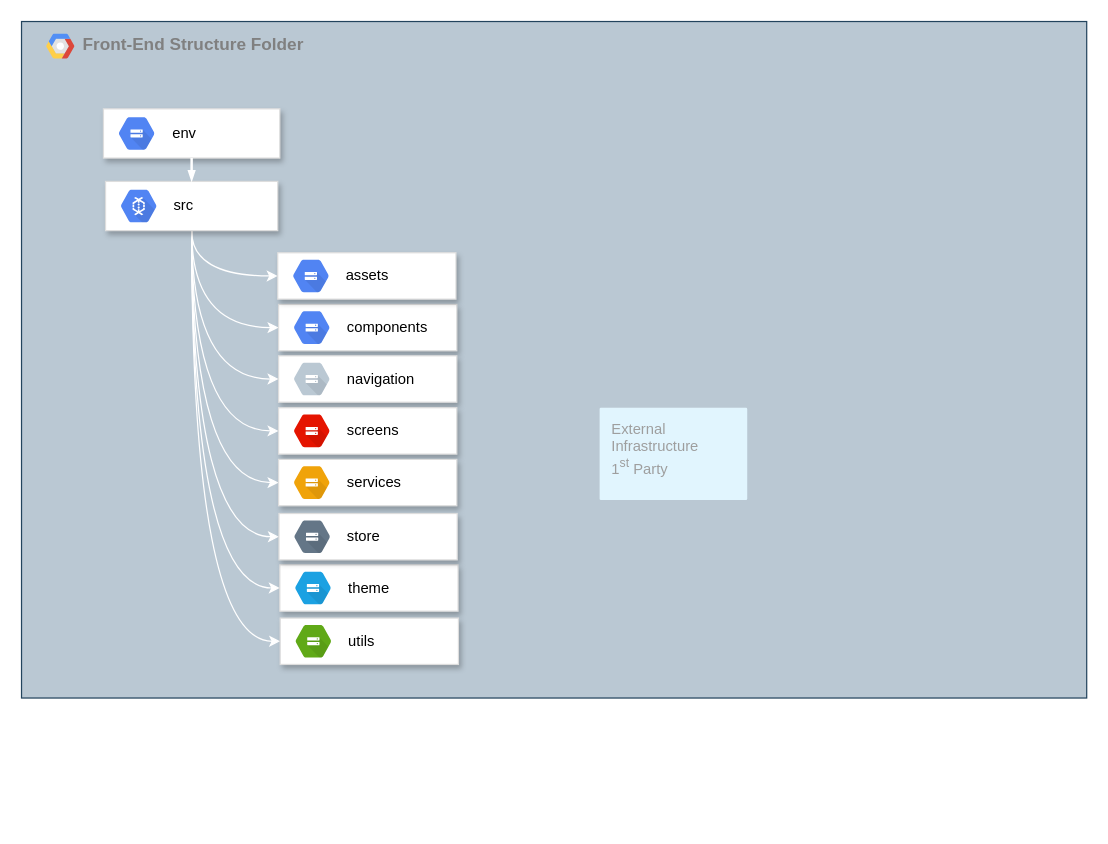
This is Structure Folder.drawio from PatrickNascimento/AdonisJS, a draw.io file, before an edit. Source tidied: cells renumbered, new cells numbered last; positions are measured from the earlier drawing's top-left corner, leaving out a move shared by most shapes. Both pictures are drawn from the tidied source at 123%, with x=0, y=0 at pixel (21, 21).
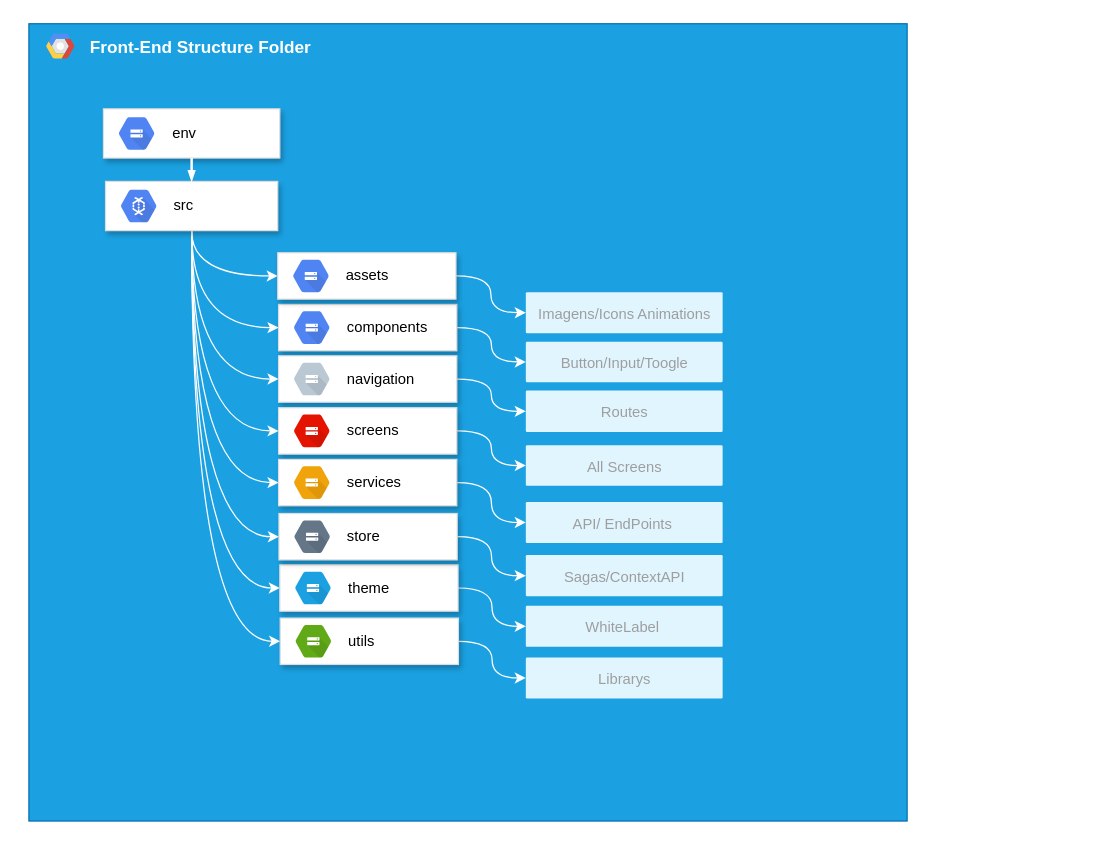
After the change.

The change refers to these unchanged cells:
```xml
<mxCell id="17" style="strokeColor=#dddddd;fillColor=#ffffff;shadow=1;strokeWidth=1;absoluteArcSize=1;arcSize=2;fontSize=10;fontColor=#9E9E9E;align=center;html=1;rounded=0;" parent="1" vertex="1">
  <mxGeometry x="209" y="230" width="144.9" height="37.7" as="geometry" />
</mxCell>
<mxCell id="19" style="strokeColor=#dddddd;fillColor=#ffffff;shadow=1;strokeWidth=1;absoluteArcSize=1;arcSize=2;fontSize=10;fontColor=#9E9E9E;align=center;html=1;rounded=0;" parent="1" vertex="1">
  <mxGeometry x="209" y="271.8" width="144.9" height="37.7" as="geometry" />
</mxCell>
<mxCell id="21" style="strokeColor=#dddddd;fillColor=#ffffff;shadow=1;strokeWidth=1;absoluteArcSize=1;arcSize=2;fontSize=10;fontColor=#9E9E9E;align=center;html=1;rounded=0;" parent="1" vertex="1">
  <mxGeometry x="209" y="314" width="144.9" height="37.7" as="geometry" />
</mxCell>
<mxCell id="23" style="strokeColor=#dddddd;fillColor=#ffffff;shadow=1;strokeWidth=1;absoluteArcSize=1;arcSize=2;fontSize=10;fontColor=#9E9E9E;align=center;html=1;rounded=0;" parent="1" vertex="1">
  <mxGeometry x="209" y="356" width="144.9" height="37.7" as="geometry" />
</mxCell>
<mxCell id="25" style="strokeColor=#dddddd;fillColor=#ffffff;shadow=1;strokeWidth=1;absoluteArcSize=1;arcSize=2;fontSize=10;fontColor=#9E9E9E;align=center;html=1;rounded=0;" parent="1" vertex="1">
  <mxGeometry x="210" y="441.7" width="144.9" height="37.7" as="geometry" />
</mxCell>
<mxCell id="27" style="strokeColor=#dddddd;fillColor=#ffffff;shadow=1;strokeWidth=1;absoluteArcSize=1;arcSize=2;fontSize=10;fontColor=#9E9E9E;align=center;html=1;rounded=0;" parent="1" vertex="1">
  <mxGeometry x="210.3" y="485" width="144.9" height="37.7" as="geometry" />
</mxCell>
<mxCell id="30" style="strokeColor=#dddddd;fillColor=#ffffff;shadow=1;strokeWidth=1;absoluteArcSize=1;arcSize=2;fontSize=10;fontColor=#9E9E9E;align=center;html=1;rounded=0;" parent="1" vertex="1">
  <mxGeometry x="209.3" y="400" width="144.9" height="37.7" as="geometry" />
</mxCell>
<mxCell id="32" style="strokeColor=#dddddd;fillColor=#ffffff;shadow=1;strokeWidth=1;absoluteArcSize=1;arcSize=2;fontSize=10;fontColor=#9E9E9E;align=center;html=1;rounded=0;" parent="1" vertex="1">
  <mxGeometry x="208.3" y="188" width="144.9" height="37.7" as="geometry" />
</mxCell>
```

What changed in the source:
```diff
@@
-    <mxCell id="2" value="&lt;b&gt;&lt;font color=&quot;#808080&quot;&gt;Front-End Structure Folder&lt;/font&gt;&lt;/b&gt;" style="fillColor=#bac8d3;strokeColor=#23445d;shadow=0;fontSize=14;align=left;spacing=10;9E9E9E;verticalAlign=top;spacingTop=-4;fontStyle=0;spacingLeft=40;html=1;rounded=0;gradientDirection=south;glass=0;sketch=0;fillStyle=hachure;" parent="1" vertex="1">
-      <mxGeometry width="866" height="550" as="geometry" />
+    <mxCell id="2" value="&lt;b&gt;Front-End Structure Folder&lt;/b&gt;" style="fillColor=#1ba1e2;strokeColor=#006EAF;shadow=0;fontSize=14;align=left;spacing=10;9E9E9E;verticalAlign=top;spacingTop=-4;fontStyle=0;spacingLeft=40;html=1;rounded=0;gradientDirection=south;glass=0;sketch=0;fillStyle=hachure;fontColor=#ffffff;" parent="1" vertex="1">
+      <mxGeometry x="6" y="1.8" width="714" height="648.2" as="geometry" />
     </mxCell>
@@
+    <mxCell id="34" style="edgeStyle=orthogonalEdgeStyle;curved=1;jettySize=auto;html=1;exitX=1;exitY=0.5;exitDx=0;exitDy=0;entryX=0;entryY=0.5;entryDx=0;entryDy=0;entryPerimeter=0;fontColor=#FFFFFF;strokeColor=#FFFFFF;fillColor=#F2CC8F;" parent="1" edge="1" source="17" target="42">
+      <mxGeometry relative="1" as="geometry" />
+    </mxCell>
@@
+    <mxCell id="35" style="edgeStyle=orthogonalEdgeStyle;curved=1;jettySize=auto;html=1;exitX=1;exitY=0.5;exitDx=0;exitDy=0;fontColor=#FFFFFF;strokeColor=#FFFFFF;fillColor=#F2CC8F;entryX=0;entryY=0.5;entryDx=0;entryDy=0;entryPerimeter=0;" parent="1" edge="1" source="19" target="43">
+      <mxGeometry relative="1" as="geometry" />
+    </mxCell>
@@
+    <mxCell id="36" style="edgeStyle=orthogonalEdgeStyle;curved=1;jettySize=auto;html=1;exitX=1;exitY=0.5;exitDx=0;exitDy=0;entryX=0;entryY=0.5;entryDx=0;entryDy=0;entryPerimeter=0;fontColor=#FFFFFF;strokeColor=#FFFFFF;fillColor=#F2CC8F;" parent="1" edge="1" source="21" target="44">
+      <mxGeometry relative="1" as="geometry" />
+    </mxCell>
@@
+    <mxCell id="37" style="edgeStyle=orthogonalEdgeStyle;curved=1;jettySize=auto;html=1;exitX=1;exitY=0.5;exitDx=0;exitDy=0;entryX=0;entryY=0.5;entryDx=0;entryDy=0;entryPerimeter=0;fontColor=#FFFFFF;strokeColor=#FFFFFF;fillColor=#F2CC8F;" parent="1" edge="1" source="23" target="45">
+      <mxGeometry relative="1" as="geometry" />
+    </mxCell>
@@
+    <mxCell id="38" style="edgeStyle=orthogonalEdgeStyle;curved=1;jettySize=auto;html=1;exitX=1;exitY=0.5;exitDx=0;exitDy=0;entryX=0;entryY=0.5;entryDx=0;entryDy=0;entryPerimeter=0;fontColor=#FFFFFF;strokeColor=#FFFFFF;fillColor=#F2CC8F;" parent="1" edge="1" source="25" target="47">
+      <mxGeometry relative="1" as="geometry" />
+    </mxCell>
@@
+    <mxCell id="39" style="edgeStyle=orthogonalEdgeStyle;curved=1;jettySize=auto;html=1;exitX=1;exitY=0.5;exitDx=0;exitDy=0;entryX=0;entryY=0.5;entryDx=0;entryDy=0;entryPerimeter=0;fontColor=#FFFFFF;strokeColor=#FFFFFF;fillColor=#F2CC8F;" parent="1" edge="1" source="27" target="48">
+      <mxGeometry relative="1" as="geometry" />
+    </mxCell>
@@
-    <mxCell id="29" value="External&#10;Infrastructure&#10;1&lt;sup&gt;st&lt;/sup&gt; Party" style="sketch=0;points=[[0,0,0],[0.25,0,0],[0.5,0,0],[0.75,0,0],[1,0,0],[1,0.25,0],[1,0.5,0],[1,0.75,0],[1,1,0],[0.75,1,0],[0.5,1,0],[0.25,1,0],[0,1,0],[0,0.75,0],[0,0.5,0],[0,0.25,0]];rounded=1;absoluteArcSize=1;arcSize=2;html=1;strokeColor=none;gradientColor=none;shadow=0;dashed=0;fontSize=12;fontColor=#9E9E9E;align=left;verticalAlign=top;spacing=10;spacingTop=-4;fillColor=#E1F5FE;glass=0;fillStyle=hachure;" parent="1" vertex="1">
-      <mxGeometry x="470" y="314" width="120" height="75" as="geometry" />
+    <mxCell id="29" value="Imagens/Icons Animations" style="sketch=0;points=[[0,0,0],[0.25,0,0],[0.5,0,0],[0.75,0,0],[1,0,0],[1,0.25,0],[1,0.5,0],[1,0.75,0],[1,1,0],[0.75,1,0],[0.5,1,0],[0.25,1,0],[0,1,0],[0,0.75,0],[0,0.5,0],[0,0.25,0]];rounded=1;absoluteArcSize=1;arcSize=2;html=1;strokeColor=none;gradientColor=none;shadow=0;dashed=0;fontSize=12;fontColor=#9E9E9E;align=center;verticalAlign=top;spacing=10;spacingTop=-4;fillColor=#E1F5FE;glass=0;fillStyle=hachure;" parent="1" vertex="1">
+      <mxGeometry x="410" y="220" width="160" height="33.5" as="geometry" />
     </mxCell>
+    <mxCell id="40" style="edgeStyle=orthogonalEdgeStyle;curved=1;jettySize=auto;html=1;exitX=1;exitY=0.5;exitDx=0;exitDy=0;entryX=0;entryY=0.5;entryDx=0;entryDy=0;entryPerimeter=0;fontColor=#FFFFFF;strokeColor=#FFFFFF;fillColor=#F2CC8F;" parent="1" edge="1" source="30" target="46">
+      <mxGeometry relative="1" as="geometry" />
+    </mxCell>
@@
+    <mxCell id="41" style="edgeStyle=orthogonalEdgeStyle;curved=1;jettySize=auto;html=1;exitX=1;exitY=0.5;exitDx=0;exitDy=0;fontColor=#FFFFFF;strokeColor=#FFFFFF;fillColor=#F2CC8F;entryX=0;entryY=0.5;entryDx=0;entryDy=0;entryPerimeter=0;" parent="1" edge="1" source="32" target="29">
+      <mxGeometry relative="1" as="geometry" />
+    </mxCell>
@@
+    <mxCell id="42" value="Button/Input/Toogle" style="sketch=0;points=[[0,0,0],[0.25,0,0],[0.5,0,0],[0.75,0,0],[1,0,0],[1,0.25,0],[1,0.5,0],[1,0.75,0],[1,1,0],[0.75,1,0],[0.5,1,0],[0.25,1,0],[0,1,0],[0,0.75,0],[0,0.5,0],[0,0.25,0]];rounded=1;absoluteArcSize=1;arcSize=2;html=1;strokeColor=none;gradientColor=none;shadow=0;dashed=0;fontSize=12;fontColor=#9E9E9E;align=center;verticalAlign=top;spacing=10;spacingTop=-4;fillColor=#E1F5FE;glass=0;fillStyle=hachure;" parent="1" vertex="1">
+      <mxGeometry x="410" y="260.3" width="160" height="33" as="geometry" />
+    </mxCell>
+    <mxCell id="43" value="Routes" style="sketch=0;points=[[0,0,0],[0.25,0,0],[0.5,0,0],[0.75,0,0],[1,0,0],[1,0.25,0],[1,0.5,0],[1,0.75,0],[1,1,0],[0.75,1,0],[0.5,1,0],[0.25,1,0],[0,1,0],[0,0.75,0],[0,0.5,0],[0,0.25,0]];rounded=1;absoluteArcSize=1;arcSize=2;html=1;strokeColor=none;gradientColor=none;shadow=0;dashed=0;fontSize=12;fontColor=#9E9E9E;align=center;verticalAlign=top;spacing=10;spacingTop=-4;fillColor=#E1F5FE;glass=0;fillStyle=hachure;" parent="1" vertex="1">
+      <mxGeometry x="410" y="300" width="160" height="33.8" as="geometry" />
+    </mxCell>
+    <mxCell id="44" value="All Screens" style="sketch=0;points=[[0,0,0],[0.25,0,0],[0.5,0,0],[0.75,0,0],[1,0,0],[1,0.25,0],[1,0.5,0],[1,0.75,0],[1,1,0],[0.75,1,0],[0.5,1,0],[0.25,1,0],[0,1,0],[0,0.75,0],[0,0.5,0],[0,0.25,0]];rounded=1;absoluteArcSize=1;arcSize=2;html=1;strokeColor=none;gradientColor=none;shadow=0;dashed=0;fontSize=12;fontColor=#9E9E9E;align=center;verticalAlign=top;spacing=10;spacingTop=-4;fillColor=#E1F5FE;glass=0;fillStyle=hachure;" parent="1" vertex="1">
+      <mxGeometry x="410" y="344.5" width="160" height="33" as="geometry" />
+    </mxCell>
+    <mxCell id="45" value="API/ EndPoints&amp;nbsp;" style="sketch=0;points=[[0,0,0],[0.25,0,0],[0.5,0,0],[0.75,0,0],[1,0,0],[1,0.25,0],[1,0.5,0],[1,0.75,0],[1,1,0],[0.75,1,0],[0.5,1,0],[0.25,1,0],[0,1,0],[0,0.75,0],[0,0.5,0],[0,0.25,0]];rounded=1;absoluteArcSize=1;arcSize=2;html=1;strokeColor=none;gradientColor=none;shadow=0;dashed=0;fontSize=12;fontColor=#9E9E9E;align=center;verticalAlign=top;spacing=10;spacingTop=-4;fillColor=#E1F5FE;glass=0;fillStyle=hachure;" parent="1" vertex="1">
+      <mxGeometry x="410" y="390.6" width="160" height="33.4" as="geometry" />
+    </mxCell>
+    <mxCell id="46" value="Sagas/ContextAPI" style="sketch=0;points=[[0,0,0],[0.25,0,0],[0.5,0,0],[0.75,0,0],[1,0,0],[1,0.25,0],[1,0.5,0],[1,0.75,0],[1,1,0],[0.75,1,0],[0.5,1,0],[0.25,1,0],[0,1,0],[0,0.75,0],[0,0.5,0],[0,0.25,0]];rounded=1;absoluteArcSize=1;arcSize=2;html=1;strokeColor=none;gradientColor=none;shadow=0;dashed=0;fontSize=12;fontColor=#9E9E9E;align=center;verticalAlign=top;spacing=10;spacingTop=-4;fillColor=#E1F5FE;glass=0;fillStyle=hachure;" parent="1" vertex="1">
+      <mxGeometry x="410" y="433.8" width="160" height="33.4" as="geometry" />
+    </mxCell>
+    <mxCell id="47" value="WhiteLabel&amp;nbsp;" style="sketch=0;points=[[0,0,0],[0.25,0,0],[0.5,0,0],[0.75,0,0],[1,0,0],[1,0.25,0],[1,0.5,0],[1,0.75,0],[1,1,0],[0.75,1,0],[0.5,1,0],[0.25,1,0],[0,1,0],[0,0.75,0],[0,0.5,0],[0,0.25,0]];rounded=1;absoluteArcSize=1;arcSize=2;html=1;strokeColor=none;gradientColor=none;shadow=0;dashed=0;fontSize=12;fontColor=#9E9E9E;align=center;verticalAlign=top;spacing=10;spacingTop=-4;fillColor=#E1F5FE;glass=0;fillStyle=hachure;" parent="1" vertex="1">
+      <mxGeometry x="410" y="475" width="160" height="33.4" as="geometry" />
+    </mxCell>
+    <mxCell id="48" value="Librarys" style="sketch=0;points=[[0,0,0],[0.25,0,0],[0.5,0,0],[0.75,0,0],[1,0,0],[1,0.25,0],[1,0.5,0],[1,0.75,0],[1,1,0],[0.75,1,0],[0.5,1,0],[0.25,1,0],[0,1,0],[0,0.75,0],[0,0.5,0],[0,0.25,0]];rounded=1;absoluteArcSize=1;arcSize=2;html=1;strokeColor=none;gradientColor=none;shadow=0;dashed=0;fontSize=12;fontColor=#9E9E9E;align=center;verticalAlign=top;spacing=10;spacingTop=-4;fillColor=#E1F5FE;glass=0;fillStyle=hachure;" parent="1" vertex="1">
+      <mxGeometry x="410" y="517" width="160" height="33.4" as="geometry" />
+    </mxCell>
```
